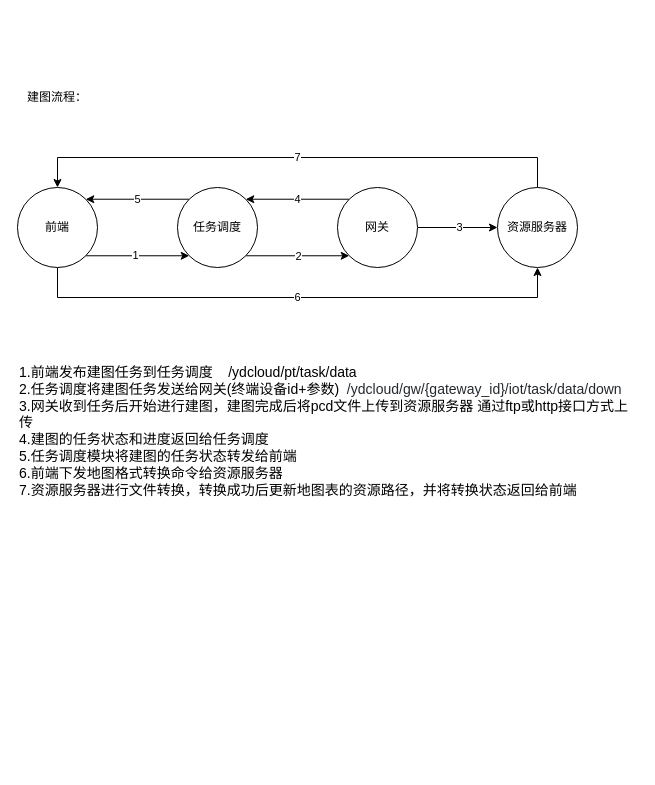
Earlier version of the draw.io diagram 建图流程.drawio (wangyufei0807/draw). Source tidied: cells renumbered, new cells numbered last; positions are measured from the earlier drawing's top-left corner, leaving out a move shared by most shapes. Both pictures are drawn from the tidied source at 100%, with x=0, y=0 at pixel (17, 77).
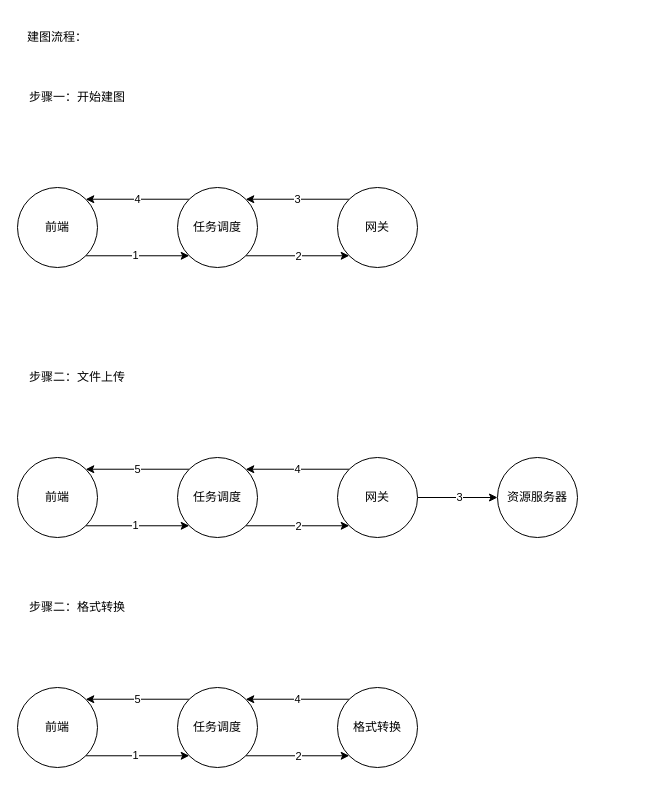
Above is the later version.

The change refers to these unchanged cells:
```xml
<mxCell id="5" value="前端" style="ellipse;whiteSpace=wrap;html=1;" parent="1" vertex="1">
  <mxGeometry y="110" width="80" height="80" as="geometry" />
</mxCell>
<mxCell id="9" value="任务调度" style="ellipse;whiteSpace=wrap;html=1;" parent="1" vertex="1">
  <mxGeometry x="160" y="110" width="80" height="80" as="geometry" />
</mxCell>
<mxCell id="13" value="网关" style="ellipse;whiteSpace=wrap;html=1;" parent="1" vertex="1">
  <mxGeometry x="320" y="110" width="80" height="80" as="geometry" />
</mxCell>
```

Diff of the diagram source:
```diff
@@
-    <mxCell id="4" value="6" style="edgeStyle=orthogonalEdgeStyle;rounded=0;jettySize=auto;html=1;exitX=0.5;exitY=1;exitDx=0;exitDy=0;entryX=0.5;entryY=1;entryDx=0;entryDy=0;" parent="1" edge="1" source="5" target="15">
-      <mxGeometry relative="1" as="geometry">
-        <Array as="points">
-          <mxPoint x="40" y="220" />
-          <mxPoint x="520" y="220" />
-        </Array>
-      </mxGeometry>
-    </mxCell>
@@
-    <mxCell id="8" value="5" style="edgeStyle=orthogonalEdgeStyle;rounded=0;jettySize=auto;html=1;exitX=0;exitY=0;exitDx=0;exitDy=0;entryX=1;entryY=0;entryDx=0;entryDy=0;" parent="1" edge="1" source="9" target="5">
+    <mxCell id="8" value="4" style="edgeStyle=orthogonalEdgeStyle;rounded=0;jettySize=auto;html=1;exitX=0;exitY=0;exitDx=0;exitDy=0;entryX=1;entryY=0;entryDx=0;entryDy=0;" parent="1" edge="1" source="9" target="5">
       <mxGeometry relative="1" as="geometry" />
     </mxCell>
@@
-    <mxCell id="10" style="edgeStyle=orthogonalEdgeStyle;rounded=0;jettySize=auto;html=1;" parent="1" edge="1" source="13" target="15">
-      <mxGeometry relative="1" as="geometry" />
-    </mxCell>
-    <mxCell id="11" value="3" style="edgeLabel;html=1;align=center;verticalAlign=middle;" parent="10" vertex="1">
-      <mxGeometry x="0.03" y="1" relative="1" as="geometry" />
-    </mxCell>
-    <mxCell id="12" value="4" style="edgeStyle=orthogonalEdgeStyle;rounded=0;jettySize=auto;html=1;exitX=0;exitY=0;exitDx=0;exitDy=0;entryX=1;entryY=0;entryDx=0;entryDy=0;" parent="1" edge="1" source="13" target="9">
+    <mxCell id="12" value="3" style="edgeStyle=orthogonalEdgeStyle;rounded=0;jettySize=auto;html=1;exitX=0;exitY=0;exitDx=0;exitDy=0;entryX=1;entryY=0;entryDx=0;entryDy=0;" parent="1" edge="1" source="13" target="9">
       <mxGeometry relative="1" as="geometry" />
     </mxCell>
@@
-    <mxCell id="14" value="7" style="edgeStyle=orthogonalEdgeStyle;rounded=0;jettySize=auto;html=1;exitX=0.5;exitY=0;exitDx=0;exitDy=0;entryX=0.5;entryY=0;entryDx=0;entryDy=0;" parent="1" edge="1" source="15" target="5">
-      <mxGeometry relative="1" as="geometry">
-        <Array as="points">
-          <mxPoint x="520" y="80" />
-          <mxPoint x="40" y="80" />
-        </Array>
-      </mxGeometry>
-    </mxCell>
+    <mxCell id="16" value="建图流程：" style="text;html=1;strokeColor=none;fillColor=none;align=center;verticalAlign=middle;whiteSpace=wrap;rounded=0;" parent="1" vertex="1">
+      <mxGeometry y="-60" width="80" height="40" as="geometry" />
+    </mxCell>
+    <mxCell id="18" value="步骤一：开始建图" style="text;html=1;strokeColor=none;fillColor=none;align=center;verticalAlign=middle;whiteSpace=wrap;rounded=0;" parent="1" vertex="1">
+      <mxGeometry x="10" y="10" width="100" height="20" as="geometry" />
+    </mxCell>
+    <mxCell id="19" style="edgeStyle=orthogonalEdgeStyle;rounded=0;jettySize=auto;html=1;exitX=1;exitY=1;exitDx=0;exitDy=0;entryX=0;entryY=1;entryDx=0;entryDy=0;" parent="1" edge="1" source="21" target="25">
+      <mxGeometry relative="1" as="geometry" />
+    </mxCell>
+    <mxCell id="20" value="1" style="edgeLabel;html=1;align=center;verticalAlign=middle;" parent="19" vertex="1">
+      <mxGeometry x="-0.05" y="1" relative="1" as="geometry" />
+    </mxCell>
+    <mxCell id="21" value="前端" style="ellipse;whiteSpace=wrap;html=1;" parent="1" vertex="1">
+      <mxGeometry y="380" width="80" height="80" as="geometry" />
+    </mxCell>
+    <mxCell id="22" style="edgeStyle=orthogonalEdgeStyle;rounded=0;jettySize=auto;html=1;exitX=1;exitY=1;exitDx=0;exitDy=0;entryX=0;entryY=1;entryDx=0;entryDy=0;" parent="1" edge="1" source="25" target="28">
+      <mxGeometry relative="1" as="geometry" />
+    </mxCell>
+    <mxCell id="23" value="2" style="edgeLabel;html=1;align=center;verticalAlign=middle;" parent="22" vertex="1">
+      <mxGeometry relative="1" as="geometry" />
+    </mxCell>
+    <mxCell id="24" value="5" style="edgeStyle=orthogonalEdgeStyle;rounded=0;jettySize=auto;html=1;exitX=0;exitY=0;exitDx=0;exitDy=0;entryX=1;entryY=0;entryDx=0;entryDy=0;" parent="1" edge="1" source="25" target="21">
+      <mxGeometry relative="1" as="geometry" />
+    </mxCell>
+    <mxCell id="25" value="任务调度" style="ellipse;whiteSpace=wrap;html=1;" parent="1" vertex="1">
+      <mxGeometry x="160" y="380" width="80" height="80" as="geometry" />
+    </mxCell>
+    <mxCell id="26" style="edgeStyle=orthogonalEdgeStyle;rounded=0;jettySize=auto;html=1;" parent="1" edge="1" source="28" target="15">
+      <mxGeometry relative="1" as="geometry" />
+    </mxCell>
+    <mxCell id="11" value="3" style="edgeLabel;html=1;align=center;verticalAlign=middle;" parent="26" vertex="1">
+      <mxGeometry x="0.03" y="1" relative="1" as="geometry" />
+    </mxCell>
+    <mxCell id="27" value="4" style="edgeStyle=orthogonalEdgeStyle;rounded=0;jettySize=auto;html=1;exitX=0;exitY=0;exitDx=0;exitDy=0;entryX=1;entryY=0;entryDx=0;entryDy=0;" parent="1" edge="1" source="28" target="25">
+      <mxGeometry relative="1" as="geometry" />
+    </mxCell>
+    <mxCell id="28" value="网关" style="ellipse;whiteSpace=wrap;html=1;" parent="1" vertex="1">
+      <mxGeometry x="320" y="380" width="80" height="80" as="geometry" />
+    </mxCell>
     <mxCell id="15" value="资源服务器" style="ellipse;whiteSpace=wrap;html=1;" parent="1" vertex="1">
-      <mxGeometry x="480" y="110" width="80" height="80" as="geometry" />
+      <mxGeometry x="480" y="380" width="80" height="80" as="geometry" />
     </mxCell>
-    <mxCell id="16" value="建图流程：" style="text;html=1;strokeColor=none;fillColor=none;align=center;verticalAlign=middle;whiteSpace=wrap;rounded=0;" parent="1" vertex="1">
-      <mxGeometry width="80" height="40" as="geometry" />
-    </mxCell>
-    <mxCell id="17" value="&lt;font style=&quot;font-size: 14px&quot;&gt;1.前端发布建图任务到任务调度&amp;nbsp; &amp;nbsp;&amp;nbsp;/ydcloud/pt/task/data&lt;br&gt;2.任务调度将建图任务发送给网关(终端设备id+参数)&amp;nbsp;&amp;nbsp;&lt;span style=&quot;color: rgb(36 , 41 , 46) ; background-color: rgb(255 , 255 , 255)&quot;&gt;/ydcloud/gw/{gateway_id}/iot/task/data/down&lt;br&gt;&lt;/span&gt;3.网关收到任务后开始进行建图，建图完成后将pcd文件上传到资源服务器 通过ftp或http接口方式上传&lt;br&gt;4.建图的任务状态和进度返回给任务调度&lt;br&gt;5.任务调度模块将建图的任务状态转发给前端&lt;br&gt;6.前端下发地图格式转换命令给资源服务器&lt;br&gt;7.资源服务器进行文件转换，转换成功后更新地图表的资源路径，并将转换状态返回给前端&lt;br&gt;&lt;br&gt;&lt;/font&gt;" style="text;html=1;strokeColor=none;fillColor=none;align=left;verticalAlign=top;whiteSpace=wrap;rounded=0;horizontal=1;spacing=2;rotation=0;" parent="1" vertex="1">
-      <mxGeometry y="280" width="620" height="160" as="geometry" />
-    </mxCell>
+    <mxCell id="29" value="步骤二：文件上传" style="text;html=1;strokeColor=none;fillColor=none;align=center;verticalAlign=middle;whiteSpace=wrap;rounded=0;" parent="1" vertex="1">
+      <mxGeometry x="10" y="290" width="100" height="20" as="geometry" />
+    </mxCell>
+    <mxCell id="30" style="edgeStyle=orthogonalEdgeStyle;rounded=0;jettySize=auto;html=1;exitX=1;exitY=1;exitDx=0;exitDy=0;entryX=0;entryY=1;entryDx=0;entryDy=0;" parent="1" edge="1" source="32" target="36">
+      <mxGeometry relative="1" as="geometry" />
+    </mxCell>
+    <mxCell id="31" value="1" style="edgeLabel;html=1;align=center;verticalAlign=middle;" parent="30" vertex="1">
+      <mxGeometry x="-0.05" y="1" relative="1" as="geometry" />
+    </mxCell>
+    <mxCell id="32" value="前端" style="ellipse;whiteSpace=wrap;html=1;" parent="1" vertex="1">
+      <mxGeometry y="610" width="80" height="80" as="geometry" />
+    </mxCell>
+    <mxCell id="33" style="edgeStyle=orthogonalEdgeStyle;rounded=0;jettySize=auto;html=1;exitX=1;exitY=1;exitDx=0;exitDy=0;entryX=0;entryY=1;entryDx=0;entryDy=0;" parent="1" edge="1" source="36" target="38">
+      <mxGeometry relative="1" as="geometry" />
+    </mxCell>
+    <mxCell id="34" value="2" style="edgeLabel;html=1;align=center;verticalAlign=middle;" parent="33" vertex="1">
+      <mxGeometry relative="1" as="geometry" />
+    </mxCell>
+    <mxCell id="35" value="5" style="edgeStyle=orthogonalEdgeStyle;rounded=0;jettySize=auto;html=1;exitX=0;exitY=0;exitDx=0;exitDy=0;entryX=1;entryY=0;entryDx=0;entryDy=0;" parent="1" edge="1" source="36" target="32">
+      <mxGeometry relative="1" as="geometry" />
+    </mxCell>
+    <mxCell id="36" value="任务调度" style="ellipse;whiteSpace=wrap;html=1;" parent="1" vertex="1">
+      <mxGeometry x="160" y="610" width="80" height="80" as="geometry" />
+    </mxCell>
+    <mxCell id="37" value="4" style="edgeStyle=orthogonalEdgeStyle;rounded=0;jettySize=auto;html=1;exitX=0;exitY=0;exitDx=0;exitDy=0;entryX=1;entryY=0;entryDx=0;entryDy=0;" parent="1" edge="1" source="38" target="36">
+      <mxGeometry relative="1" as="geometry" />
+    </mxCell>
+    <mxCell id="38" value="格式转换" style="ellipse;whiteSpace=wrap;html=1;" parent="1" vertex="1">
+      <mxGeometry x="320" y="610" width="80" height="80" as="geometry" />
+    </mxCell>
+    <mxCell id="39" value="步骤二：格式转换" style="text;html=1;strokeColor=none;fillColor=none;align=center;verticalAlign=middle;whiteSpace=wrap;rounded=0;" parent="1" vertex="1">
+      <mxGeometry x="10" y="520" width="100" height="20" as="geometry" />
+    </mxCell>
```
